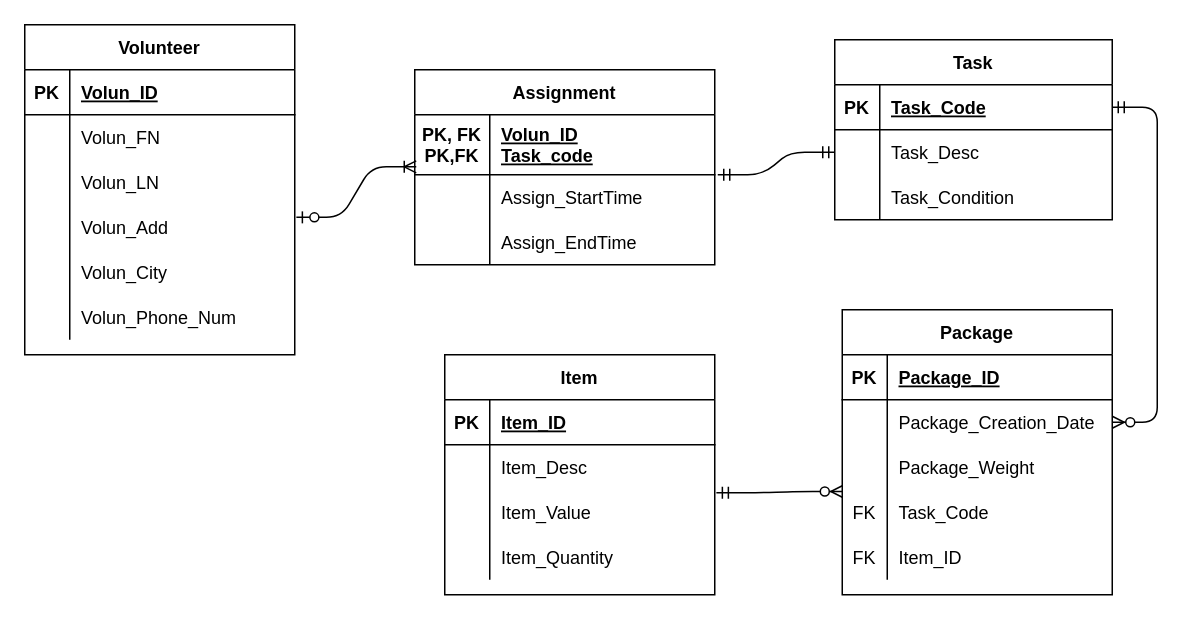
Tracey1217/Database-ERD-Team-Project keeps this draw.io diagram as Untitled Diagram.drawio. Above is the earlier version. Source tidied: cells renumbered, new cells numbered last; positions are measured from the earlier drawing's top-left corner, leaving out a move shared by most shapes. Both pictures are drawn from the tidied source at 150%, with x=0, y=0 at pixel (24, 24).
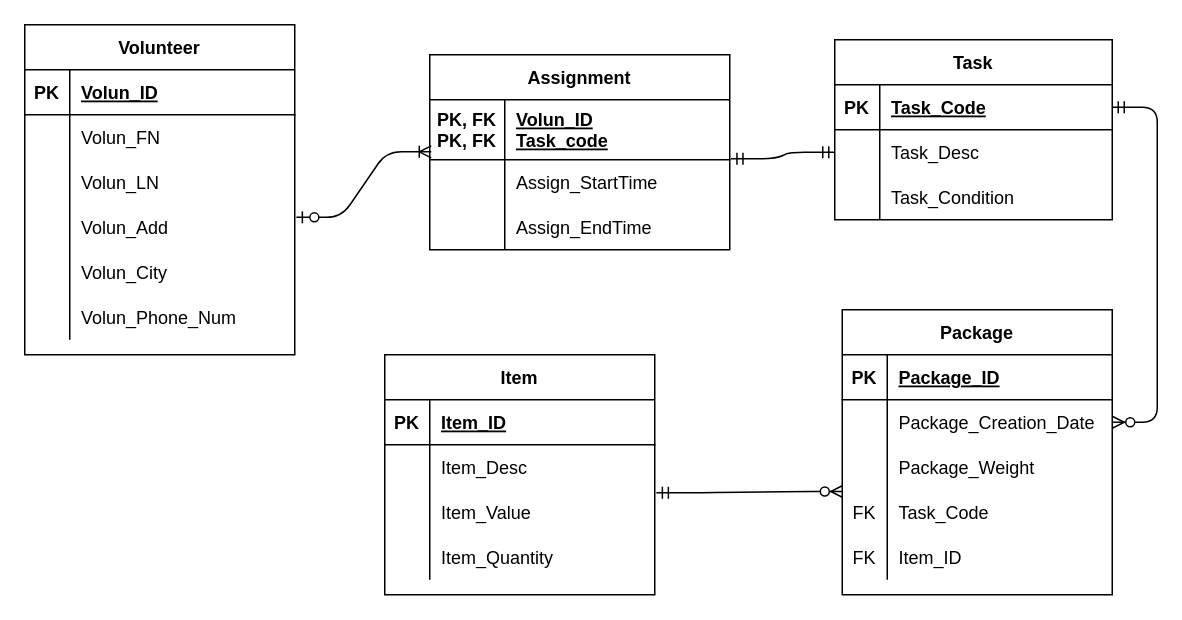
Above is the later version.

Unchanged cells that the change refers to:
```xml
<mxCell id="25" style="shape=partialRectangle;fillColor=none;top=0;left=0;bottom=0;right=0;points=[[0,0.5],[1,0.5]];portConstraint=eastwest;" parent="21" vertex="1">
  <mxGeometry y="60" width="185" height="30" as="geometry" />
</mxCell>
<mxCell id="62" style="shape=partialRectangle;fillColor=none;top=0;left=0;bottom=1;right=0;points=[[0,0.5],[1,0.5]];portConstraint=eastwest;" parent="61" vertex="1">
  <mxGeometry y="30" width="200" height="40" as="geometry" />
</mxCell>
<mxCell id="65" style="shape=partialRectangle;fillColor=none;top=0;left=0;bottom=0;right=0;points=[[0,0.5],[1,0.5]];portConstraint=eastwest;" parent="61" vertex="1">
  <mxGeometry y="70" width="200" height="30" as="geometry" />
</mxCell>
```

Diff of the diagram source:
```diff
@@
     <mxCell id="47" value="Item" style="shape=table;startSize=30;childLayout=tableLayout;rowLines=0;fontStyle=1;align=center;strokeColor=#000000;" parent="1" vertex="1">
-      <mxGeometry x="280" y="220" width="180" height="160" as="geometry" />
+      <mxGeometry x="240" y="220" width="180" height="160" as="geometry" />
     </mxCell>
@@
     <mxCell id="61" value="Assignment" style="shape=table;startSize=30;childLayout=tableLayout;rowLines=0;fontStyle=1;align=center;" parent="1" vertex="1">
-      <mxGeometry x="260" y="30" width="200" height="130" as="geometry" />
+      <mxGeometry x="270" y="20" width="200" height="130" as="geometry" />
     </mxCell>
@@
-    <mxCell id="63" value="PK, FK&#10;PK,FK" style="shape=partialRectangle;fillColor=none;top=0;left=0;bottom=0;right=0;fontStyle=1;overflow=hidden;" parent="62" vertex="1">
+    <mxCell id="63" value="PK, FK&#10;PK, FK" style="shape=partialRectangle;fillColor=none;top=0;left=0;bottom=0;right=0;fontStyle=1;overflow=hidden;" parent="62" vertex="1">
       <mxGeometry width="50" height="40" as="geometry" />
     </mxCell>
@@
-    <mxCell id="72" style="edgeStyle=entityRelationEdgeStyle;fontSize=12;html=1;endArrow=ERmandOne;startArrow=ERmandOne;entryX=0;entryY=0.5;entryDx=0;entryDy=0;exitX=1.01;exitY=0;exitDx=0;exitDy=0;exitPerimeter=0;" parent="1" edge="1" source="65" target="25">
+    <mxCell id="72" style="edgeStyle=entityRelationEdgeStyle;fontSize=12;html=1;endArrow=ERmandOne;startArrow=ERmandOne;entryX=0;entryY=0.5;entryDx=0;entryDy=0;exitX=1.004;exitY=0.985;exitDx=0;exitDy=0;exitPerimeter=0;" parent="1" edge="1" source="62" target="25">
       <mxGeometry relative="1" as="geometry" />
     </mxCell>
```
